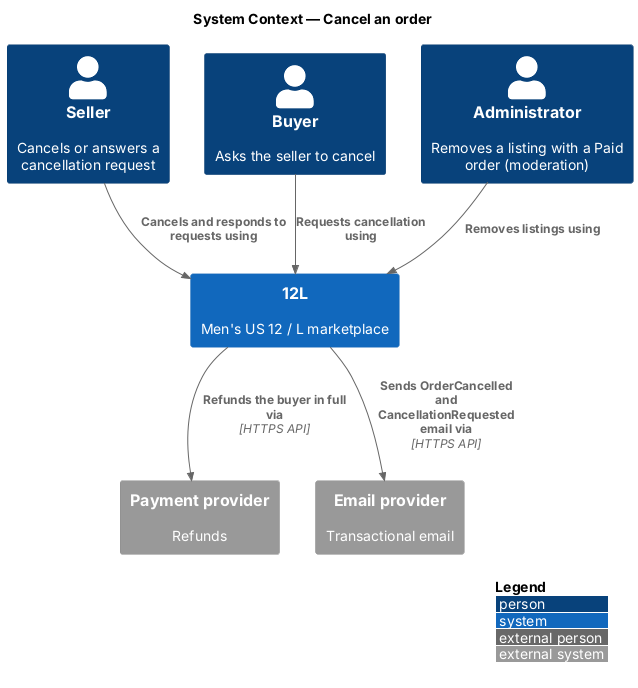
QuinntyneBrown/12l keeps this PlantUML diagram as docs/detailed-designs/orders/cancel-order/diagrams/c4-context.png. Above is the earlier version. Its diagram source:
```plantuml
@startuml
!include <C4/C4_Context>
LAYOUT_WITH_LEGEND()
title System Context — Cancel an order

Person(seller, "Seller", "Cancels or answers a cancellation request")
Person(buyer, "Buyer", "Asks the seller to cancel")
Person(admin, "Administrator", "Removes a listing with a Paid order (moderation)")
System(twelvel, "12L", "Men's US 12 / L marketplace")
System_Ext(pay, "Payment provider", "Refunds")
System_Ext(email, "Email provider", "Transactional email")
Rel(seller, twelvel, "Cancels and responds to requests using")
Rel(buyer, twelvel, "Requests cancellation using")
Rel(admin, twelvel, "Removes listings using")
Rel(twelvel, pay, "Refunds the buyer in full via", "HTTPS API")
Rel(twelvel, email, "Sends OrderCancelled and CancellationRequested email via", "HTTPS API")
@enduml
```
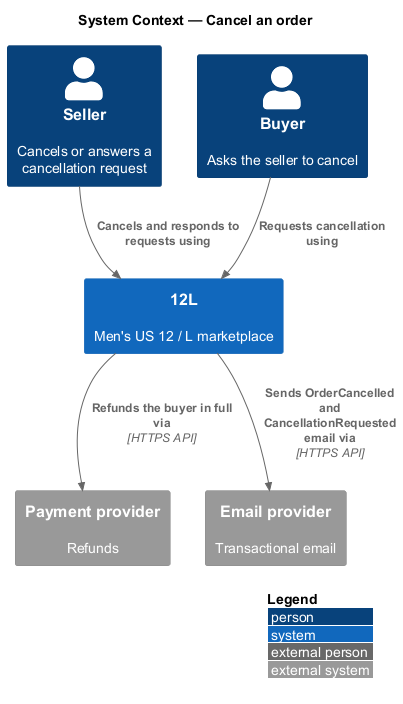
The same diagram one commit later.

Diff of the diagram source:
```diff
@@ -5,13 +5,11 @@
 
 Person(seller, "Seller", "Cancels or answers a cancellation request")
 Person(buyer, "Buyer", "Asks the seller to cancel")
-Person(admin, "Administrator", "Removes a listing with a Paid order (moderation)")
 System(twelvel, "12L", "Men's US 12 / L marketplace")
 System_Ext(pay, "Payment provider", "Refunds")
 System_Ext(email, "Email provider", "Transactional email")
 Rel(seller, twelvel, "Cancels and responds to requests using")
 Rel(buyer, twelvel, "Requests cancellation using")
-Rel(admin, twelvel, "Removes listings using")
 Rel(twelvel, pay, "Refunds the buyer in full via", "HTTPS API")
 Rel(twelvel, email, "Sends OrderCancelled and CancellationRequested email via", "HTTPS API")
 @enduml
```
